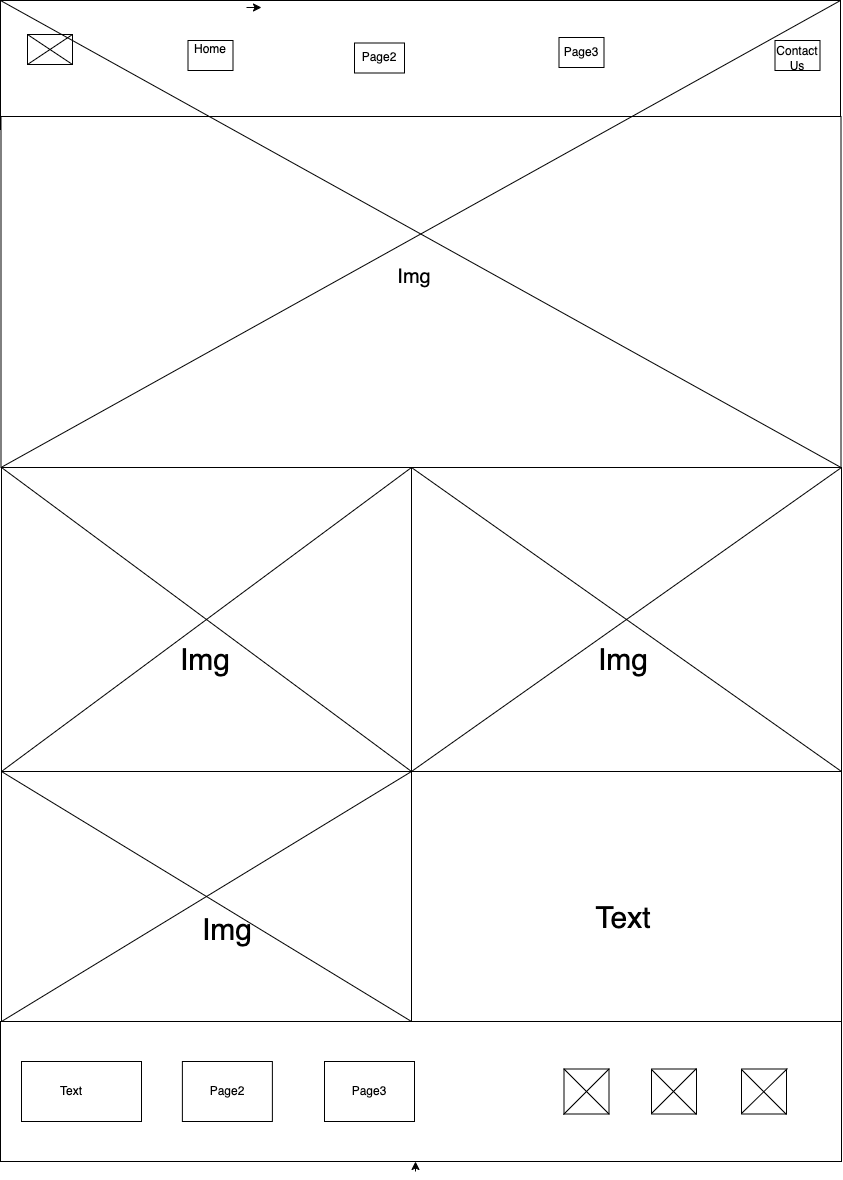
The draw.io diagram olympics_math/images/wdd_week09_home.png in ronaldovenancio/wdd130-5, before a commit. Source tidied: cells renumbered, new cells last; positions are measured from the earlier drawing's top-left corner, leaving out a move shared by most shapes.
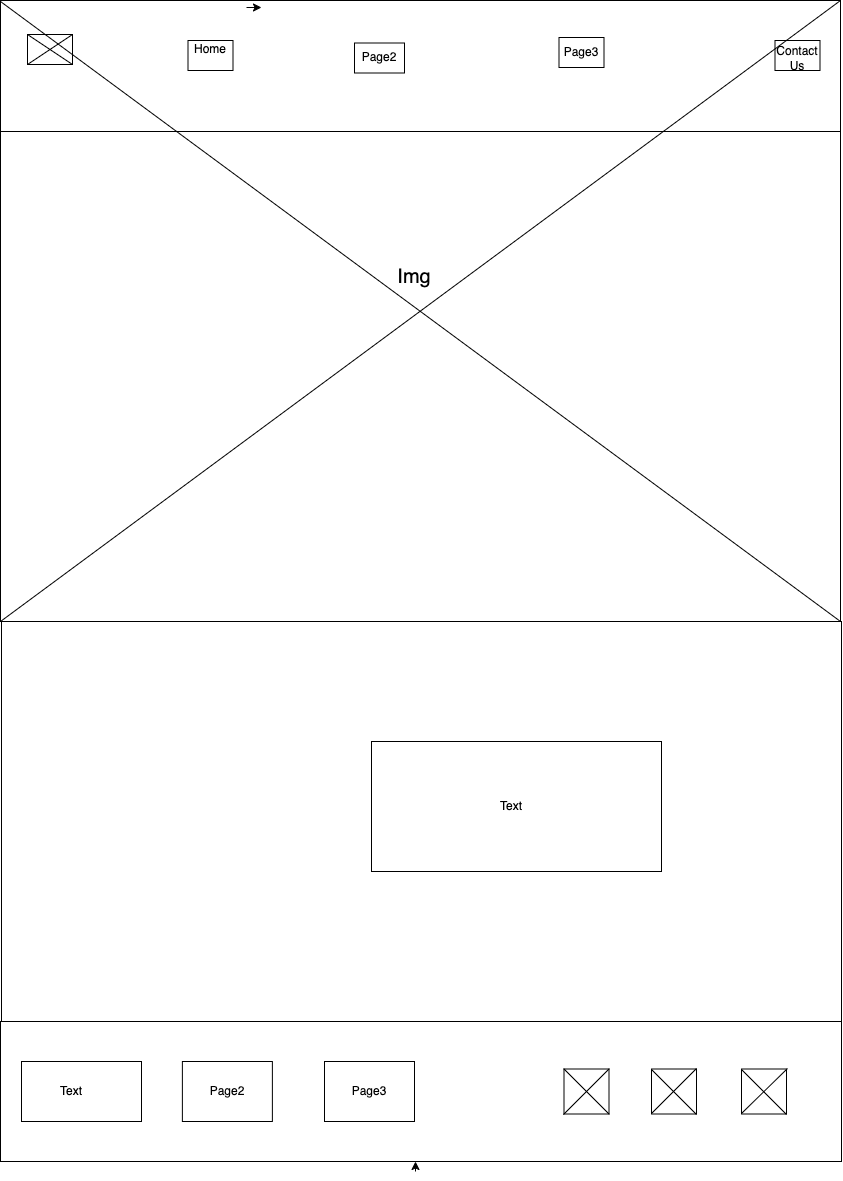
After the change.

Change to the diagram source:
```diff
@@ -2,11 +2,14 @@
   <root>
     <mxCell id="0" />
     <mxCell id="1" parent="0" />
+    <mxCell id="51" style="edgeStyle=orthogonalEdgeStyle;rounded=0;jettySize=auto;html=1;" parent="1" edge="1" source="2" target="3">
+      <mxGeometry relative="1" as="geometry" />
+    </mxCell>
     <mxCell id="2" style="rounded=0;whiteSpace=wrap;html=1;" parent="1" vertex="1">
-      <mxGeometry width="840" height="129" as="geometry" />
+      <mxGeometry width="840" height="131" as="geometry" />
     </mxCell>
     <mxCell id="3" style="rounded=0;whiteSpace=wrap;html=1;" parent="1" vertex="1">
-      <mxGeometry x="0.5" y="116" width="840" height="351" as="geometry" />
+      <mxGeometry y="131" width="840" height="490" as="geometry" />
     </mxCell>
     <mxCell id="4" style="rounded=0;whiteSpace=wrap;html=1;" parent="1" vertex="1">
       <mxGeometry x="27" y="34" width="45" height="30" as="geometry" />
@@ -29,24 +32,14 @@
     <mxCell id="10" style="endArrow=none;html=1;rounded=0;exitX=0;exitY=1;exitDx=0;exitDy=0;entryX=1;entryY=0;entryDx=0;entryDy=0;" parent="1" edge="1" source="3" target="2">
       <mxGeometry relative="1" as="geometry" />
     </mxCell>
-    <mxCell id="11" style="endArrow=none;html=1;rounded=0;exitX=0;exitY=0;exitDx=0;exitDy=0;entryX=1;entryY=1;entryDx=0;entryDy=0;" parent="1" edge="1" source="2" target="3">
-      <mxGeometry relative="1" as="geometry" />
+    <mxCell id="11" style="endArrow=none;html=1;rounded=0;exitX=0;exitY=0;exitDx=0;exitDy=0;entryX=1;entryY=1;entryDx=0;entryDy=0;" parent="1" edge="1" target="3">
+      <mxGeometry relative="1" as="geometry">
+        <mxPoint y="1" as="sourcePoint" />
+      </mxGeometry>
     </mxCell>
-    <mxCell id="12" style="rounded=0;whiteSpace=wrap;html=1;" parent="1" vertex="1">
-      <mxGeometry x="1" y="467" width="410" height="304" as="geometry" />
-    </mxCell>
-    <mxCell id="13" value="&lt;font style=&quot;font-size: 30px;&quot;&gt;Img&lt;/font&gt;" style="text;html=1;strokeColor=none;fillColor=none;align=center;verticalAlign=middle;whiteSpace=wrap;rounded=0;" parent="1" vertex="1">
-      <mxGeometry x="517.2" y="641" width="127.5" height="75" as="geometry" />
-    </mxCell>
     <mxCell id="14" value="Img" style="text;html=1;strokeColor=none;fillColor=none;align=center;verticalAlign=middle;whiteSpace=wrap;rounded=0;fontSize=20;" parent="1" vertex="1">
       <mxGeometry x="384" y="261" width="60" height="30" as="geometry" />
     </mxCell>
-    <mxCell id="15" style="rounded=0;whiteSpace=wrap;html=1;" parent="1" vertex="1">
-      <mxGeometry x="1" y="771" width="410" height="250" as="geometry" />
-    </mxCell>
-    <mxCell id="16" style="rounded=0;whiteSpace=wrap;html=1;" parent="1" vertex="1">
-      <mxGeometry x="411" y="771" width="430" height="252" as="geometry" />
-    </mxCell>
     <mxCell id="17" style="edgeStyle=orthogonalEdgeStyle;rounded=0;orthogonalLoop=1;jettySize=auto;html=1;" parent="1" edge="1">
       <mxGeometry relative="1" as="geometry">
         <mxPoint x="415" y="1171" as="sourcePoint" />
@@ -56,21 +49,12 @@
     <mxCell id="18" style="rounded=0;whiteSpace=wrap;html=1;" parent="1" vertex="1">
       <mxGeometry y="1021" width="841" height="140" as="geometry" />
     </mxCell>
-    <mxCell id="19" style="endArrow=none;html=1;rounded=0;exitX=0;exitY=1;exitDx=0;exitDy=0;entryX=0;entryY=0;entryDx=0;entryDy=0;" parent="1" edge="1" source="15" target="16">
-      <mxGeometry relative="1" as="geometry" />
-    </mxCell>
-    <mxCell id="20" style="endArrow=none;html=1;rounded=0;exitX=1;exitY=1;exitDx=0;exitDy=0;entryX=0;entryY=0;entryDx=0;entryDy=0;" parent="1" edge="1" source="15" target="15">
-      <mxGeometry relative="1" as="geometry" />
-    </mxCell>
     <mxCell id="21" style="edgeStyle=orthogonalEdgeStyle;rounded=0;orthogonalLoop=1;jettySize=auto;html=1;exitX=0.5;exitY=0;exitDx=0;exitDy=0;entryX=1;entryY=0;entryDx=0;entryDy=0;" parent="1" edge="1">
       <mxGeometry relative="1" as="geometry">
         <mxPoint x="246" y="7" as="sourcePoint" />
         <mxPoint x="261" y="7" as="targetPoint" />
       </mxGeometry>
     </mxCell>
-    <mxCell id="22" style="rounded=0;whiteSpace=wrap;html=1;" parent="1" vertex="1">
-      <mxGeometry x="411" y="467" width="430" height="304" as="geometry" />
-    </mxCell>
     <mxCell id="23" style="rounded=0;whiteSpace=wrap;html=1;" parent="1" vertex="1">
       <mxGeometry x="181.9" y="1061" width="90" height="60" as="geometry" />
     </mxCell>
@@ -94,15 +78,6 @@
     <mxCell id="29" value="Page3" style="text;html=1;strokeColor=none;fillColor=none;align=center;verticalAlign=middle;whiteSpace=wrap;rounded=0;" parent="1" vertex="1">
       <mxGeometry x="551" y="37" width="60" height="30" as="geometry" />
     </mxCell>
-    <mxCell id="30" style="endArrow=none;html=1;rounded=0;entryX=1;entryY=0;entryDx=0;entryDy=0;exitX=1;exitY=1;exitDx=0;exitDy=0;" parent="1" edge="1" source="12" target="22">
-      <mxGeometry relative="1" as="geometry" />
-    </mxCell>
-    <mxCell id="31" style="endArrow=none;html=1;rounded=0;entryX=1;entryY=1;entryDx=0;entryDy=0;exitX=0;exitY=0;exitDx=0;exitDy=0;" parent="1" edge="1" source="22" target="22">
-      <mxGeometry relative="1" as="geometry" />
-    </mxCell>
-    <mxCell id="32" value="&lt;font style=&quot;font-size: 30px;&quot;&gt;Img&lt;/font&gt;" style="text;html=1;strokeColor=none;fillColor=none;align=center;verticalAlign=middle;whiteSpace=wrap;rounded=0;" parent="1" vertex="1">
-      <mxGeometry x="558.5" y="621" width="127.5" height="75" as="geometry" />
-    </mxCell>
     <mxCell id="33" value="Page3" style="text;html=1;strokeColor=none;fillColor=none;align=center;verticalAlign=middle;whiteSpace=wrap;rounded=0;" parent="1" vertex="1">
       <mxGeometry x="339" y="1076" width="60" height="30" as="geometry" />
     </mxCell>
@@ -153,23 +128,17 @@
         <mxPoint x="786" y="1114" as="targetPoint" />
       </mxGeometry>
     </mxCell>
-    <mxCell id="45" value="&lt;font style=&quot;font-size: 30px;&quot;&gt;Img&lt;/font&gt;" style="text;html=1;strokeColor=none;fillColor=none;align=center;verticalAlign=middle;whiteSpace=wrap;rounded=0;" parent="1" vertex="1">
-      <mxGeometry x="163.1" y="891" width="127.5" height="75" as="geometry" />
-    </mxCell>
+    <mxCell id="50" value="Page2" style="text;html=1;strokeColor=none;fillColor=none;align=center;verticalAlign=middle;whiteSpace=wrap;rounded=0;" parent="1" vertex="1">
+      <mxGeometry x="196.9" y="1076" width="60" height="30" as="geometry" />
+    </mxCell>
+    <mxCell id="52" style="rounded=0;whiteSpace=wrap;html=1;" parent="1" vertex="1">
+      <mxGeometry x="1" y="621" width="840" height="400" as="geometry" />
+    </mxCell>
+    <mxCell id="53" style="rounded=0;whiteSpace=wrap;html=1;" parent="1" vertex="1">
+      <mxGeometry x="371" y="741" width="290" height="130" as="geometry" />
+    </mxCell>
-    <mxCell id="46" value="&lt;font style=&quot;font-size: 30px;&quot;&gt;Text&lt;/font&gt;" style="text;html=1;strokeColor=none;fillColor=none;align=center;verticalAlign=middle;whiteSpace=wrap;rounded=0;" parent="1" vertex="1">
-      <mxGeometry x="558.5" y="879.5" width="127.5" height="75" as="geometry" />
+    <mxCell id="46" value="Text" style="text;html=1;strokeColor=none;fillColor=none;align=center;verticalAlign=middle;whiteSpace=wrap;rounded=0;" parent="1" vertex="1">
+      <mxGeometry x="481" y="791" width="60" height="30" as="geometry" />
     </mxCell>
-    <mxCell id="47" style="endArrow=none;html=1;rounded=0;exitX=0;exitY=1;exitDx=0;exitDy=0;entryX=1;entryY=0;entryDx=0;entryDy=0;" parent="1" edge="1" source="12" target="12">
-      <mxGeometry relative="1" as="geometry" />
-    </mxCell>
-    <mxCell id="48" style="endArrow=none;html=1;rounded=0;exitX=1;exitY=1;exitDx=0;exitDy=0;entryX=0;entryY=0;entryDx=0;entryDy=0;" parent="1" edge="1" source="12" target="12">
-      <mxGeometry relative="1" as="geometry" />
-    </mxCell>
-    <mxCell id="49" value="&lt;font style=&quot;font-size: 30px;&quot;&gt;Img&lt;/font&gt;" style="text;html=1;strokeColor=none;fillColor=none;align=center;verticalAlign=middle;whiteSpace=wrap;rounded=0;" parent="1" vertex="1">
-      <mxGeometry x="141" y="621" width="127.5" height="75" as="geometry" />
-    </mxCell>
-    <mxCell id="50" value="Page2" style="text;html=1;strokeColor=none;fillColor=none;align=center;verticalAlign=middle;whiteSpace=wrap;rounded=0;" parent="1" vertex="1">
-      <mxGeometry x="196.9" y="1076" width="60" height="30" as="geometry" />
-    </mxCell>
   </root>
 </mxGraphModel>
```
